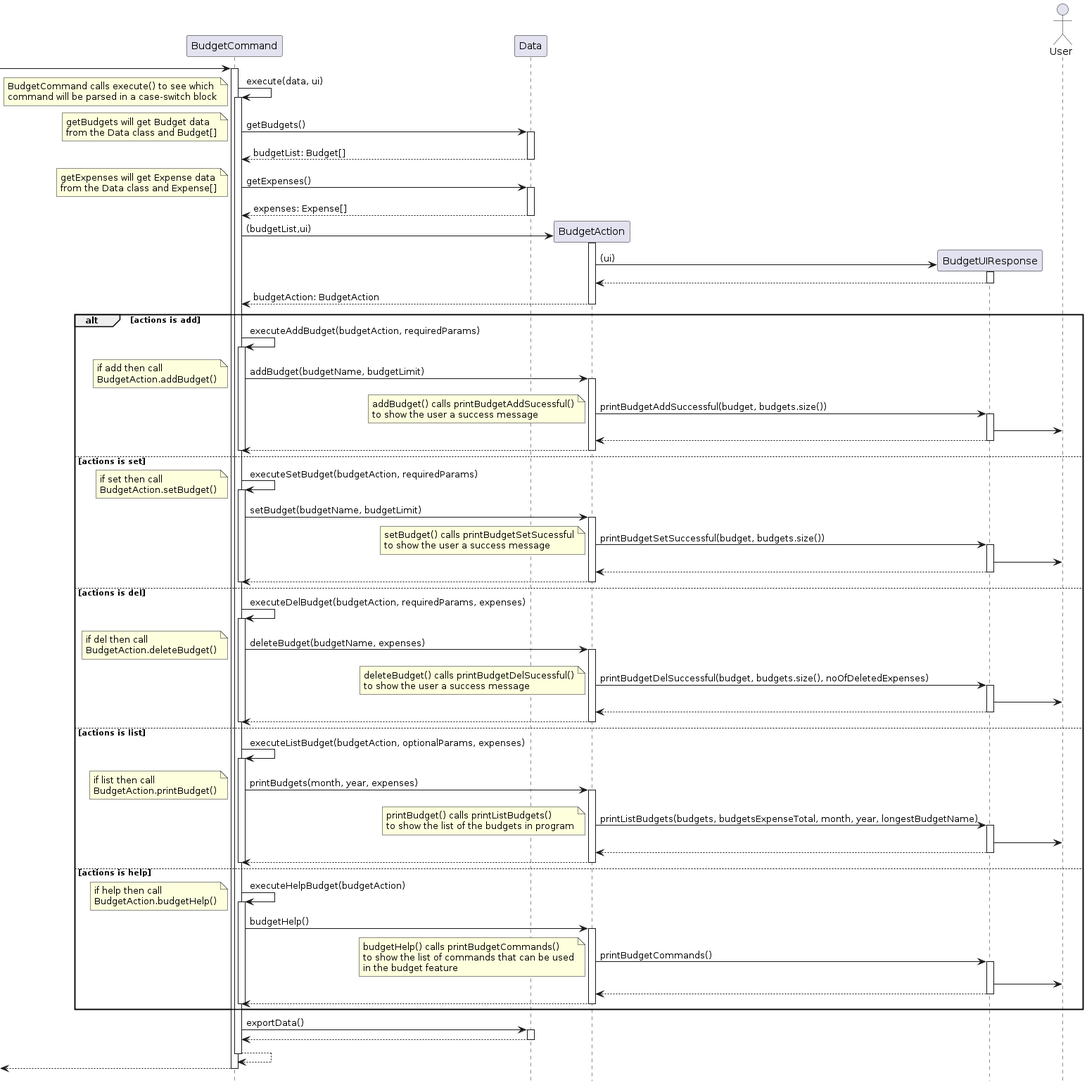
stephenkyang/tp keeps this PlantUML diagram as docs/images/BudgetCommandSequence.png. Above is the earlier version.
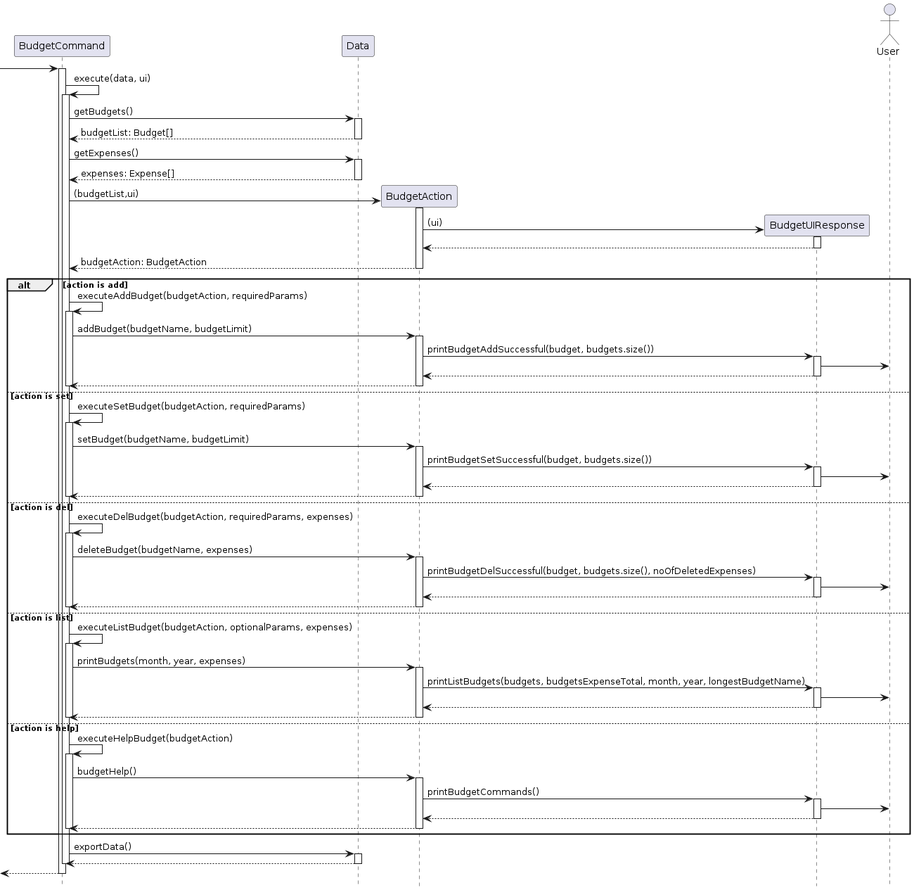
After the change.

Diff of the diagram source:
```diff
@@ -1,4 +1,5 @@
 @startuml
+
 hide footbox
 
 participant BudgetCommand
@@ -10,35 +11,19 @@
  -> "BudgetCommand":
 
 activate "BudgetCommand"
-
 "BudgetCommand" -> "BudgetCommand": execute(data, ui)
-note left
-    BudgetCommand calls execute() to see which
-    command will be parsed in a case-switch block
- end note
 activate  "BudgetCommand"
 "BudgetCommand" -> "Data": getBudgets()
-note left
-    getBudgets will get Budget data
-    from the Data class and Budget[]
- end note
 activate "Data"
-
 return budgetList: Budget[]
 deactivate "Data"
 
 
 "BudgetCommand" -> "Data": getExpenses()
-note left
-    getExpenses will get Expense data
-    from the Data class and Expense[]
- end note
 activate "Data"
 return expenses: Expense[]
 
-
 "BudgetCommand" -> "BudgetAction" ** : (budgetList,ui)
-
 activate "BudgetAction"
 
 "BudgetAction" -> "BudgetUIResponse" ** : (ui)
@@ -50,20 +35,12 @@
 deactivate "BudgetAction"
 
 
-alt actions is add
+alt action is add
 "BudgetCommand" -> "BudgetCommand": executeAddBudget(budgetAction, requiredParams)
 activate "BudgetCommand"
 "BudgetCommand" -> "BudgetAction" : addBudget(budgetName, budgetLimit)
-note left
-    if add then call
-    BudgetAction.addBudget()
- end note
 activate "BudgetAction"
 "BudgetAction" -> "BudgetUIResponse" : printBudgetAddSuccessful(budget, budgets.size())
-note left
-    addBudget() calls printBudgetAddSucessful()
-    to show the user a success message
- end note
 activate "BudgetUIResponse"
 "BudgetUIResponse" -> User
 return
@@ -71,22 +48,12 @@
 
 deactivate "BudgetCommand"
 
-else actions is set
-
+else action is set
 "BudgetCommand" -> "BudgetCommand": executeSetBudget(budgetAction, requiredParams)
-note left
-    if set then call
-    BudgetAction.setBudget()
- end note
 activate "BudgetCommand"
 "BudgetCommand" -> "BudgetAction" : setBudget(budgetName, budgetLimit)
-
 activate "BudgetAction"
 "BudgetAction" -> "BudgetUIResponse" : printBudgetSetSuccessful(budget, budgets.size())
-note left
-    setBudget() calls printBudgetSetSucessful
-    to show the user a success message
- end note
 activate "BudgetUIResponse"
 "BudgetUIResponse" -> User
 return
@@ -94,20 +61,12 @@
 
 deactivate "BudgetCommand"
 
-else actions is del
+else action is del
 "BudgetCommand" -> "BudgetCommand": executeDelBudget(budgetAction, requiredParams, expenses)
 activate "BudgetCommand"
 "BudgetCommand" -> "BudgetAction" : deleteBudget(budgetName, expenses)
-note left
-    if del then call
-    BudgetAction.deleteBudget()
- end note
 activate "BudgetAction"
 "BudgetAction" -> "BudgetUIResponse" : printBudgetDelSuccessful(budget, budgets.size(), noOfDeletedExpenses)
-note left
-    deleteBudget() calls printBudgetDelSucessful()
-    to show the user a success message
- end note
 activate "BudgetUIResponse"
 "BudgetUIResponse" -> User
 return
@@ -115,20 +74,12 @@
 
 deactivate "BudgetCommand"
 
-else actions is list
+else action is list
 "BudgetCommand" -> "BudgetCommand": executeListBudget(budgetAction, optionalParams, expenses)
 activate "BudgetCommand"
 "BudgetCommand" -> "BudgetAction" : printBudgets(month, year, expenses)
-note left
-    if list then call
-    BudgetAction.printBudget()
- end note
 activate "BudgetAction"
 "BudgetAction" -> "BudgetUIResponse" : printListBudgets(budgets, budgetsExpenseTotal, month, year, longestBudgetName)
-note left
-    printBudget() calls printListBudgets()
-    to show the list of the budgets in program
- end note
 activate "BudgetUIResponse"
 "BudgetUIResponse" -> User
 return
@@ -136,21 +87,12 @@
 
 deactivate "BudgetCommand"
 
-else actions is help
+else action is help
 "BudgetCommand" -> "BudgetCommand": executeHelpBudget(budgetAction)
-note left
-    if help then call
-    BudgetAction.budgetHelp()
- end note
 activate "BudgetCommand"
 "BudgetCommand" -> "BudgetAction" : budgetHelp()
 activate "BudgetAction"
 "BudgetAction" -> "BudgetUIResponse" : printBudgetCommands()
-note left
-    budgetHelp() calls printBudgetCommands()
-    to show the list of commands that can be used
-    in the budget feature
- end note
 activate "BudgetUIResponse"
 "BudgetUIResponse" -> User
 return
@@ -163,13 +105,8 @@
 activate "Data"
 return
 deactivate "Data"
-"BudgetCommand" --> "BudgetCommand"
+
 deactivate "BudgetCommand"
-
-
-
-<-- "BudgetCommand"
+ <-- "BudgetCommand":
 deactivate "BudgetCommand"
-
-
 @enduml
```
